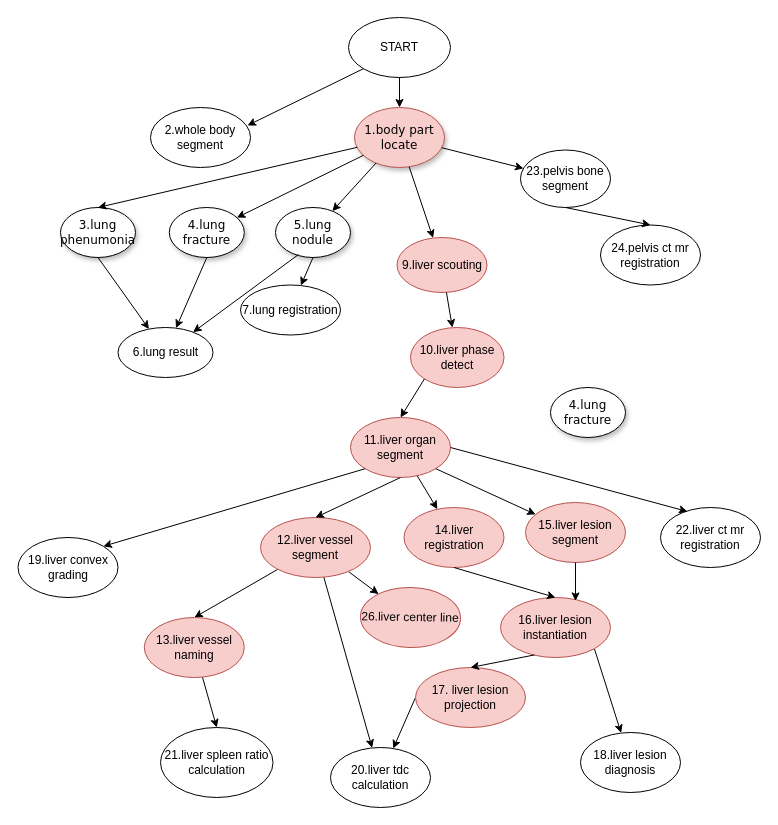
Before: ai_calculation_workflow.drawio in aokoqingiz/mystorage, a draw.io diagram. Source tidied: cells renumbered, new cells numbered last; positions are measured from the earlier drawing's top-left corner, leaving out a move shared by most shapes. Both pictures are drawn from the tidied source at 100%, with x=0, y=0 at pixel (18, 17).
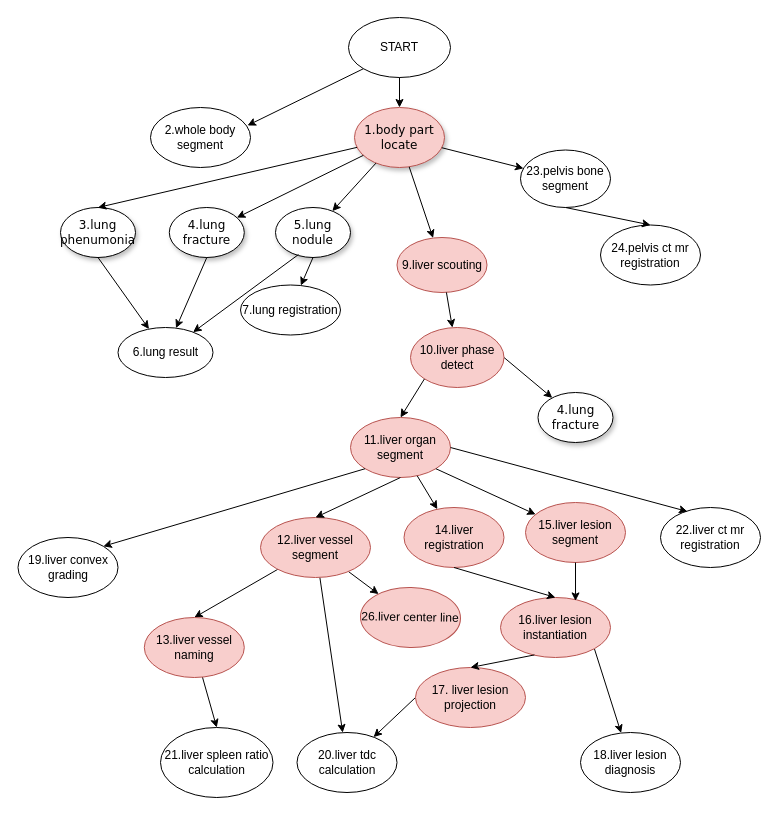
The same diagram, later.

Unchanged cells that the change refers to:
```xml
<mxCell id="21" value="10.liver phase detect" style="ellipse;whiteSpace=wrap;html=1;fillColor=#f8cecc;strokeColor=#b85450;" parent="1" vertex="1">
  <mxGeometry x="392" y="310" width="93.5" height="60" as="geometry" />
</mxCell>
```

Diff of the diagram source:
```diff
@@
+    <mxCell id="56" style="rounded=0;jettySize=auto;html=1;exitX=1;exitY=0.5;exitDx=0;exitDy=0;" parent="1" edge="1" source="21" target="55">
+      <mxGeometry relative="1" as="geometry" />
+    </mxCell>
@@
     <mxCell id="45" value="20.liver tdc calculation" style="ellipse;whiteSpace=wrap;html=1;" parent="1" vertex="1">
-      <mxGeometry x="312" y="730" width="100" height="60" as="geometry" />
+      <mxGeometry x="278.5" y="715" width="100" height="60" as="geometry" />
     </mxCell>
@@
     <mxCell id="55" value="&lt;span&gt;4.lung fracture&lt;/span&gt;" style="ellipse;whiteSpace=wrap;html=1;rounded=0;shadow=1;comic=0;labelBackgroundColor=none;strokeWidth=1;fontFamily=Verdana;fontSize=12;align=center;" parent="1" vertex="1">
-      <mxGeometry x="532" y="370" width="75" height="50" as="geometry" />
+      <mxGeometry x="519.5" y="375" width="75" height="50" as="geometry" />
     </mxCell>
```
